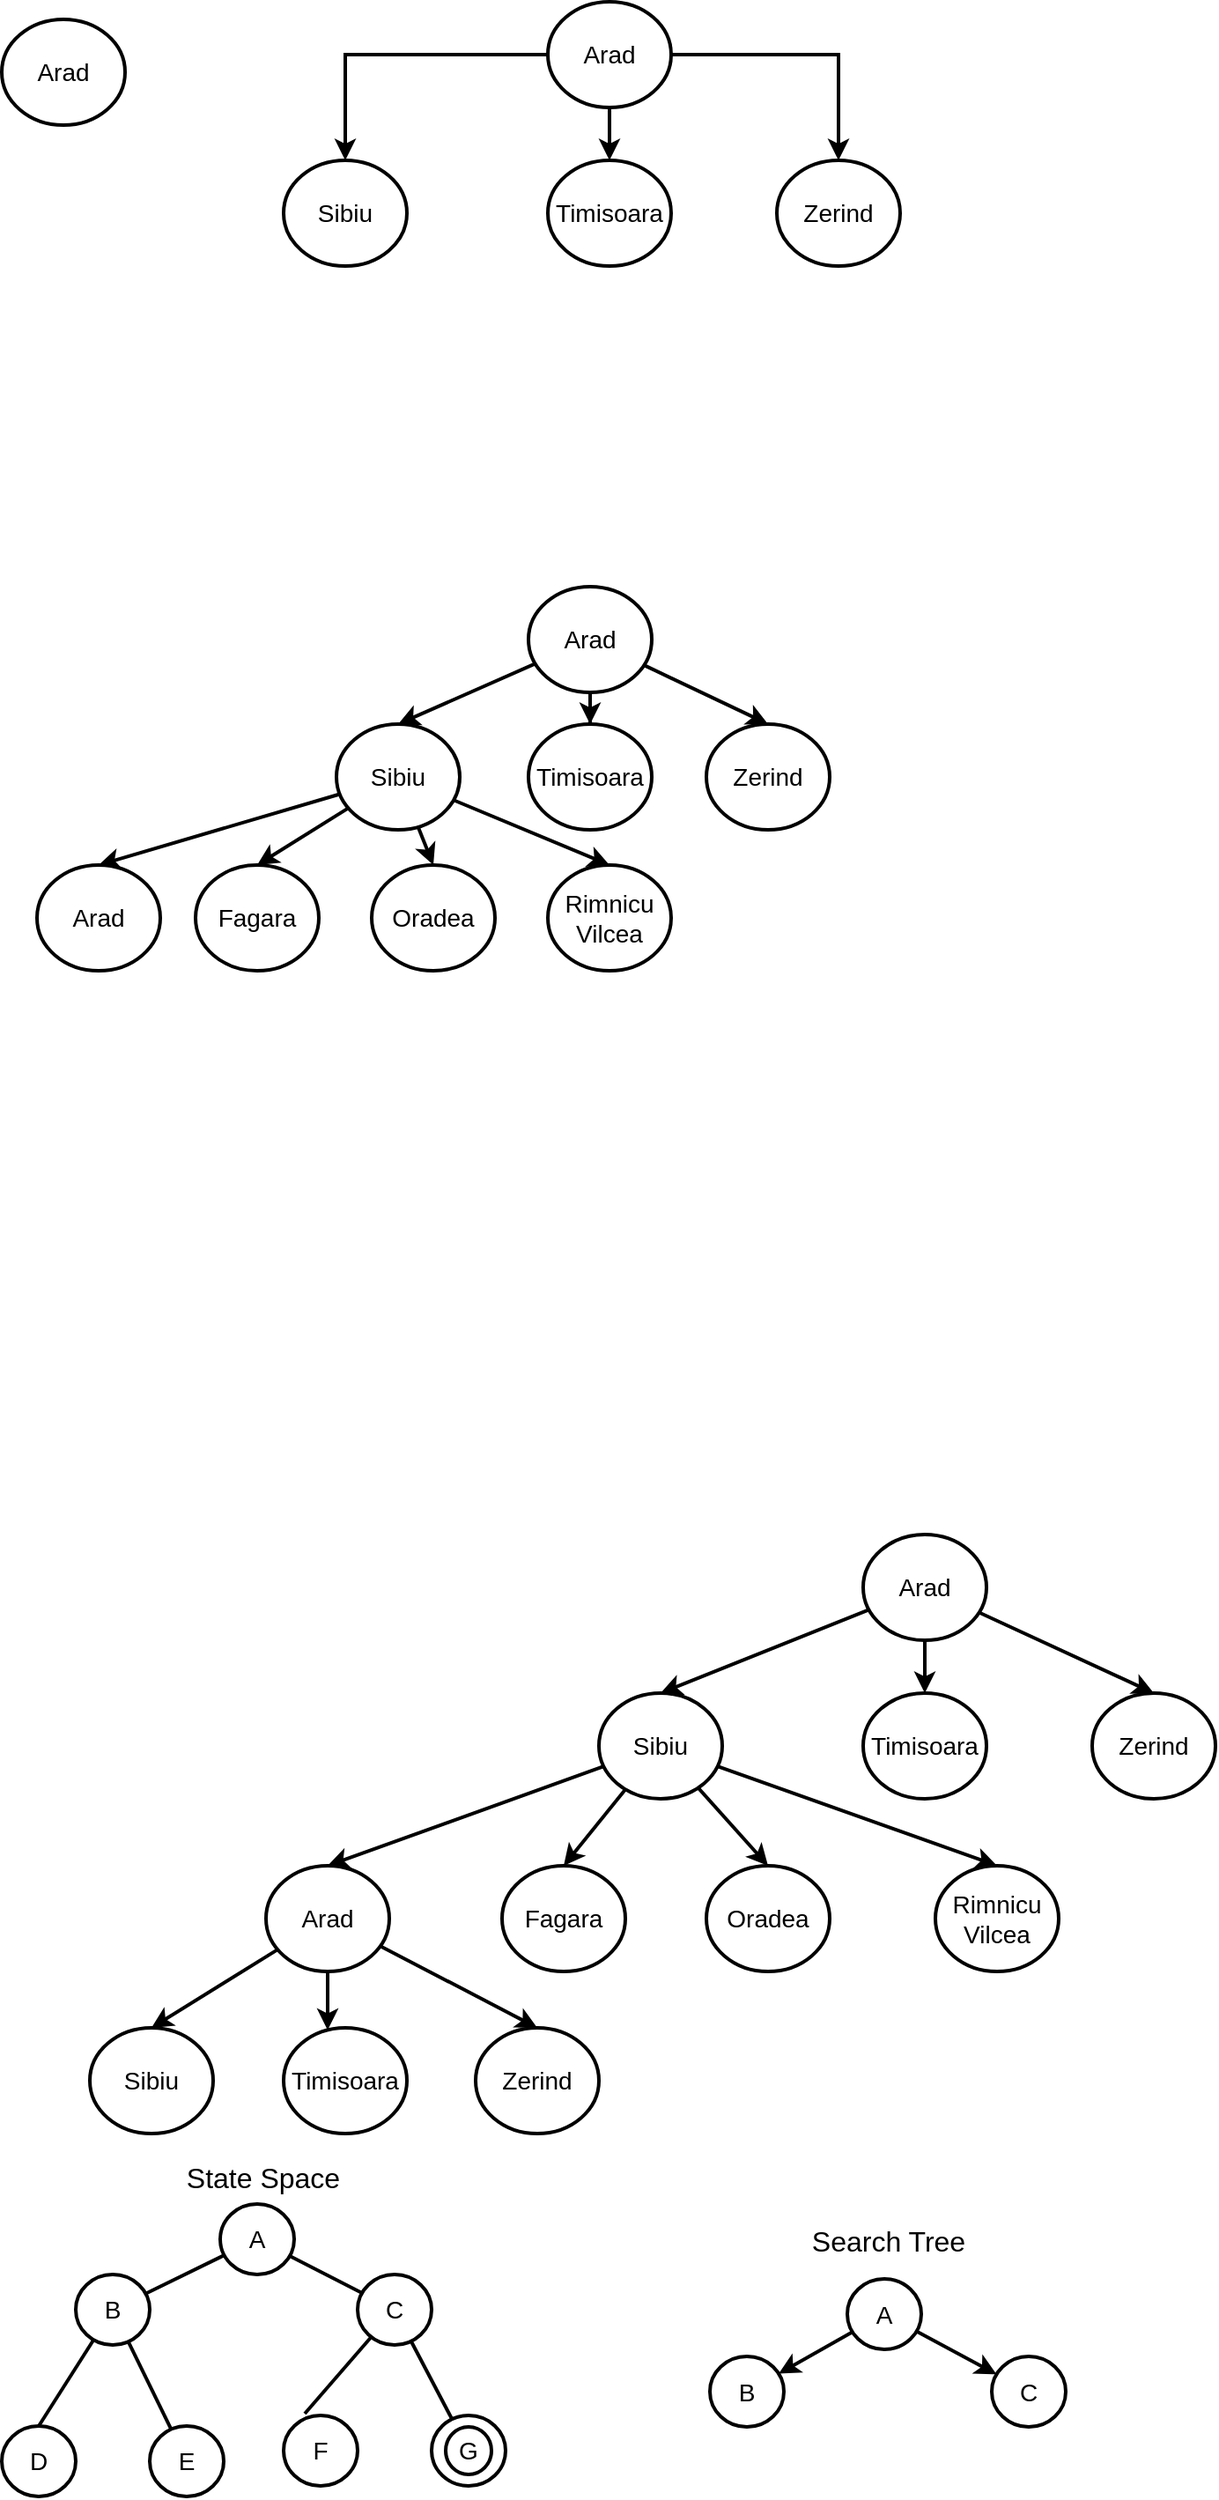
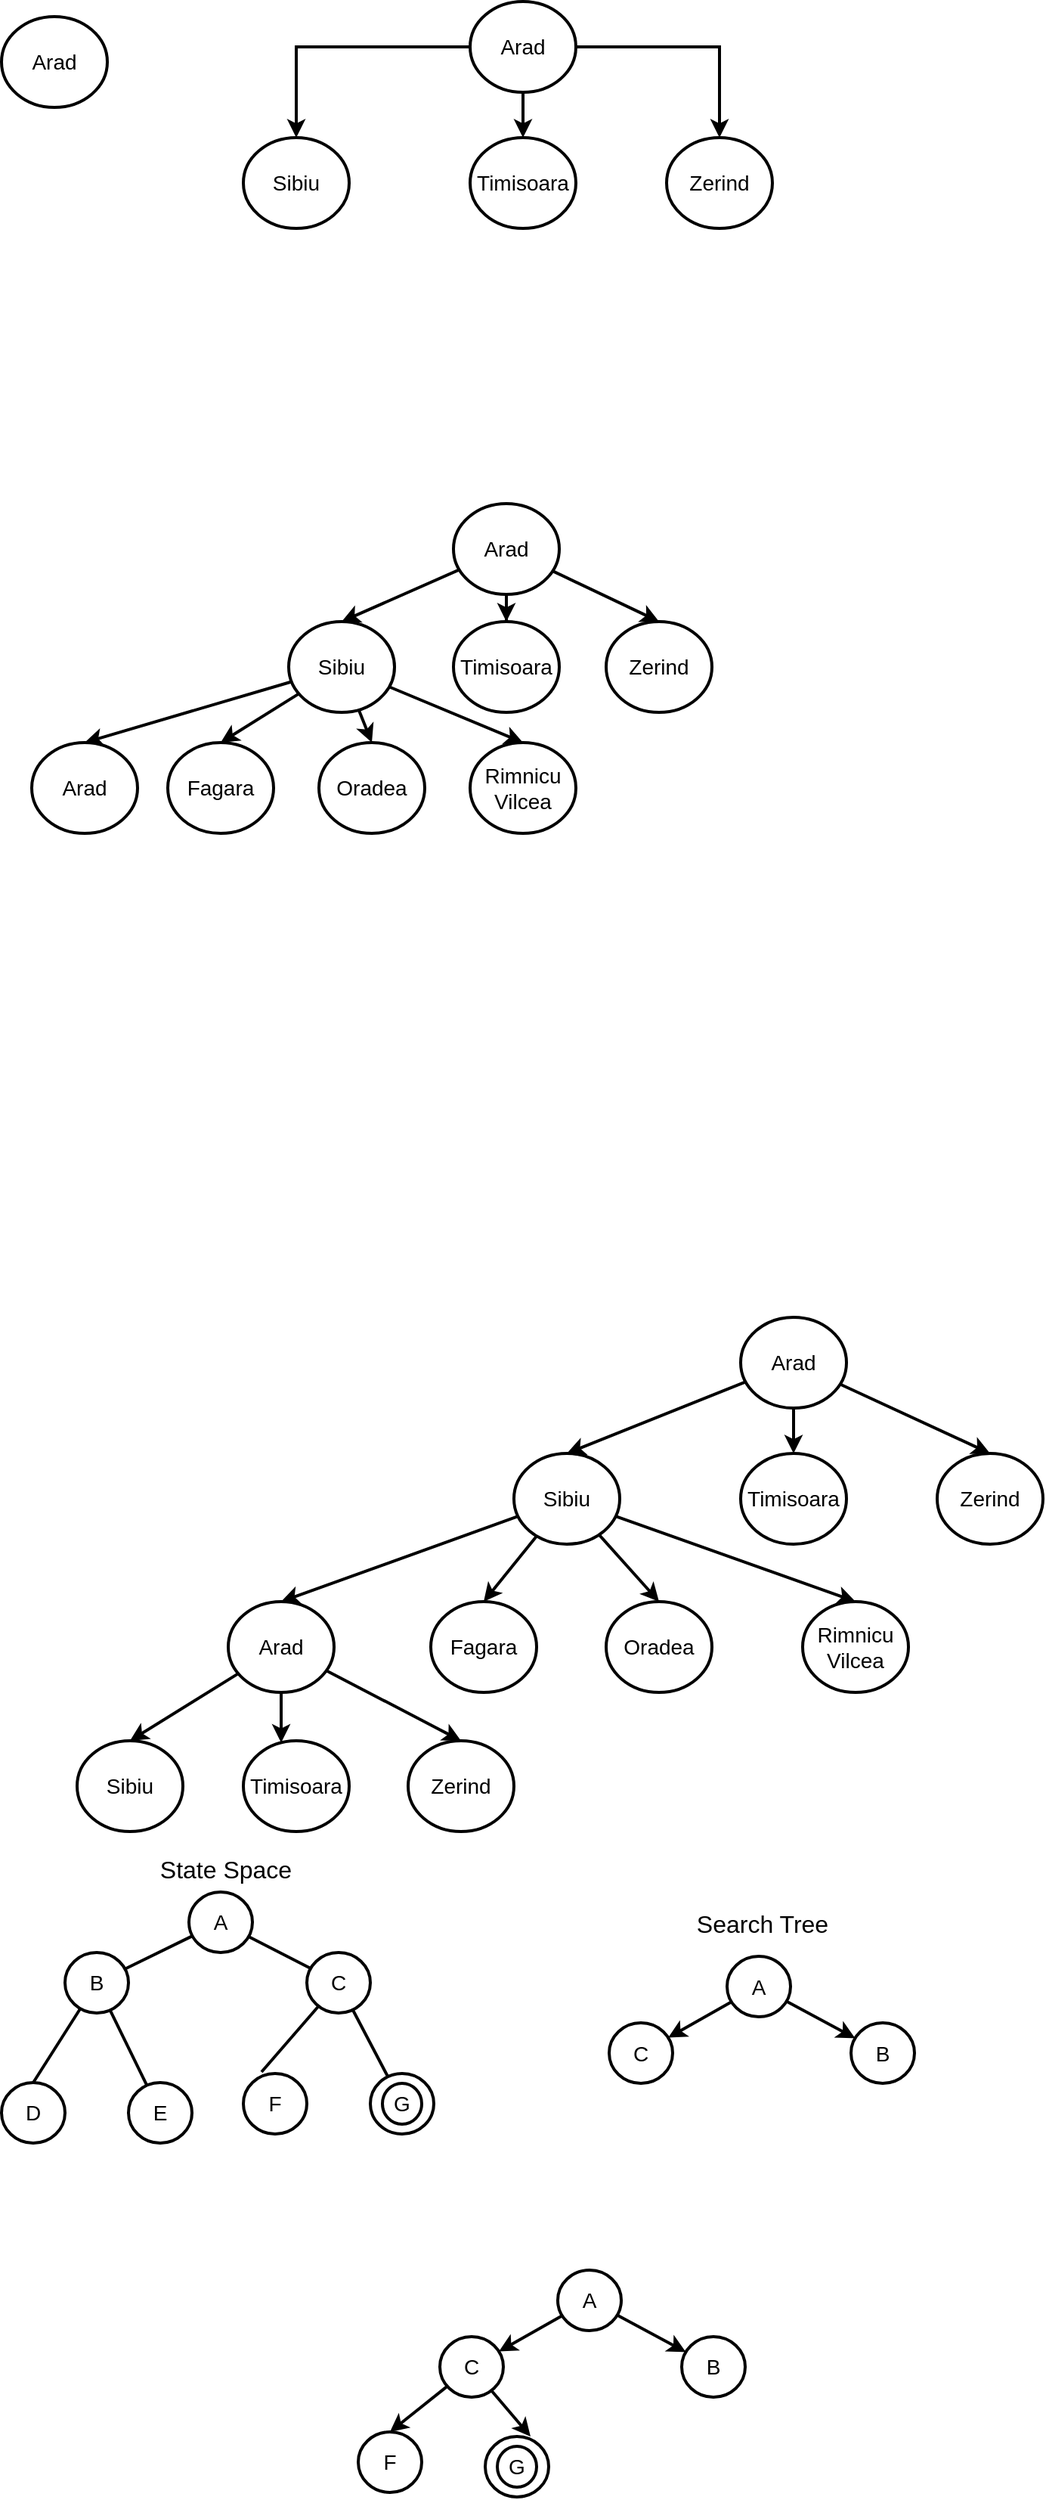
<mxfile host="app.diagrams.net">
  <diagram name="Page-1" id="BSzVWueWxRZ0f2yqvMc-">
-     <mxGraphModel dx="656" dy="351" grid="1" gridSize="10" guides="0" tooltips="1" connect="1" arrows="1" fold="1" page="1" pageScale="1" pageWidth="850" pageHeight="1100" math="0" shadow="0">
+     <mxGraphModel dx="525" dy="281" grid="1" gridSize="10" guides="0" tooltips="1" connect="1" arrows="1" fold="1" page="1" pageScale="1" pageWidth="850" pageHeight="1100" math="0" shadow="0">
      <root>
        <mxCell id="0" />
        <mxCell id="1" parent="0" />
        <mxCell id="DJkdPokyCSNuBn839fvl-1" parent="1" style="ellipse;whiteSpace=wrap;html=1;strokeWidth=2;fontSize=14;" value="Arad" vertex="1">
          <mxGeometry height="60" width="70" x="80" y="40" as="geometry" />
        </mxCell>
        <mxCell id="DJkdPokyCSNuBn839fvl-6" edge="1" parent="1" source="DJkdPokyCSNuBn839fvl-2" style="edgeStyle=orthogonalEdgeStyle;rounded=0;orthogonalLoop=1;jettySize=auto;html=1;entryX=0.5;entryY=0;entryDx=0;entryDy=0;strokeWidth=2;" target="DJkdPokyCSNuBn839fvl-3">
          <mxGeometry relative="1" as="geometry" />
        </mxCell>
        <mxCell id="DJkdPokyCSNuBn839fvl-7" edge="1" parent="1" source="DJkdPokyCSNuBn839fvl-2" style="edgeStyle=orthogonalEdgeStyle;rounded=0;orthogonalLoop=1;jettySize=auto;html=1;strokeWidth=2;" target="DJkdPokyCSNuBn839fvl-4" value="">
          <mxGeometry relative="1" as="geometry" />
        </mxCell>
        <mxCell id="DJkdPokyCSNuBn839fvl-8" edge="1" parent="1" source="DJkdPokyCSNuBn839fvl-2" style="edgeStyle=orthogonalEdgeStyle;rounded=0;orthogonalLoop=1;jettySize=auto;html=1;entryX=0.5;entryY=0;entryDx=0;entryDy=0;strokeWidth=2;" target="DJkdPokyCSNuBn839fvl-5">
          <mxGeometry relative="1" as="geometry" />
        </mxCell>
        <mxCell id="DJkdPokyCSNuBn839fvl-2" parent="1" style="ellipse;whiteSpace=wrap;html=1;strokeWidth=2;fontSize=14;" value="Arad" vertex="1">
          <mxGeometry height="60" width="70" x="390" y="30" as="geometry" />
        </mxCell>
        <mxCell id="DJkdPokyCSNuBn839fvl-3" parent="1" style="ellipse;whiteSpace=wrap;html=1;strokeWidth=2;fontSize=14;" value="Sibiu" vertex="1">
          <mxGeometry height="60" width="70" x="240" y="120" as="geometry" />
        </mxCell>
        <mxCell id="DJkdPokyCSNuBn839fvl-4" parent="1" style="ellipse;whiteSpace=wrap;html=1;strokeWidth=2;fontSize=14;" value="Timisoara" vertex="1">
          <mxGeometry height="60" width="70" x="390" y="120" as="geometry" />
        </mxCell>
        <mxCell id="DJkdPokyCSNuBn839fvl-5" parent="1" style="ellipse;whiteSpace=wrap;html=1;strokeWidth=2;fontSize=14;" value="Zerind" vertex="1">
          <mxGeometry height="60" width="70" x="520" y="120" as="geometry" />
        </mxCell>
        <mxCell id="DJkdPokyCSNuBn839fvl-9" edge="1" parent="1" source="DJkdPokyCSNuBn839fvl-12" style="rounded=0;orthogonalLoop=1;jettySize=auto;html=1;entryX=0.5;entryY=0;entryDx=0;entryDy=0;strokeWidth=2;" target="DJkdPokyCSNuBn839fvl-13">
          <mxGeometry relative="1" as="geometry" />
        </mxCell>
        <mxCell id="DJkdPokyCSNuBn839fvl-10" edge="1" parent="1" source="DJkdPokyCSNuBn839fvl-12" style="edgeStyle=orthogonalEdgeStyle;rounded=0;orthogonalLoop=1;jettySize=auto;html=1;strokeWidth=2;" target="DJkdPokyCSNuBn839fvl-14" value="">
          <mxGeometry relative="1" as="geometry" />
        </mxCell>
        <mxCell id="DJkdPokyCSNuBn839fvl-11" edge="1" parent="1" source="DJkdPokyCSNuBn839fvl-12" style="rounded=0;orthogonalLoop=1;jettySize=auto;html=1;entryX=0.5;entryY=0;entryDx=0;entryDy=0;strokeWidth=2;" target="DJkdPokyCSNuBn839fvl-15">
          <mxGeometry relative="1" as="geometry" />
        </mxCell>
        <mxCell id="DJkdPokyCSNuBn839fvl-12" parent="1" style="ellipse;whiteSpace=wrap;html=1;strokeWidth=2;fontSize=14;" value="Arad" vertex="1">
          <mxGeometry height="60" width="70" x="379" y="362" as="geometry" />
        </mxCell>
        <mxCell id="DJkdPokyCSNuBn839fvl-20" edge="1" parent="1" source="DJkdPokyCSNuBn839fvl-13" style="rounded=0;orthogonalLoop=1;jettySize=auto;html=1;entryX=0.5;entryY=0;entryDx=0;entryDy=0;strokeWidth=2;" target="DJkdPokyCSNuBn839fvl-16">
          <mxGeometry relative="1" as="geometry" />
        </mxCell>
        <mxCell id="DJkdPokyCSNuBn839fvl-22" edge="1" parent="1" source="DJkdPokyCSNuBn839fvl-13" style="rounded=0;orthogonalLoop=1;jettySize=auto;html=1;entryX=0.5;entryY=0;entryDx=0;entryDy=0;strokeWidth=2;" target="DJkdPokyCSNuBn839fvl-17">
          <mxGeometry relative="1" as="geometry" />
        </mxCell>
        <mxCell id="DJkdPokyCSNuBn839fvl-25" edge="1" parent="1" source="DJkdPokyCSNuBn839fvl-13" style="rounded=0;orthogonalLoop=1;jettySize=auto;html=1;entryX=0.5;entryY=0;entryDx=0;entryDy=0;strokeWidth=2;" target="DJkdPokyCSNuBn839fvl-19">
          <mxGeometry relative="1" as="geometry" />
        </mxCell>
        <mxCell id="DJkdPokyCSNuBn839fvl-26" edge="1" parent="1" source="DJkdPokyCSNuBn839fvl-13" style="rounded=0;orthogonalLoop=1;jettySize=auto;html=1;entryX=0.5;entryY=0;entryDx=0;entryDy=0;strokeWidth=2;" target="DJkdPokyCSNuBn839fvl-18">
          <mxGeometry relative="1" as="geometry" />
        </mxCell>
        <mxCell id="DJkdPokyCSNuBn839fvl-13" parent="1" style="ellipse;whiteSpace=wrap;html=1;strokeWidth=2;fontSize=14;" value="Sibiu" vertex="1">
          <mxGeometry height="60" width="70" x="270" y="440" as="geometry" />
        </mxCell>
        <mxCell id="DJkdPokyCSNuBn839fvl-14" parent="1" style="ellipse;whiteSpace=wrap;html=1;strokeWidth=2;fontSize=14;" value="Timisoara" vertex="1">
          <mxGeometry height="60" width="70" x="379" y="440" as="geometry" />
        </mxCell>
        <mxCell id="DJkdPokyCSNuBn839fvl-15" parent="1" style="ellipse;whiteSpace=wrap;html=1;strokeWidth=2;fontSize=14;" value="Zerind" vertex="1">
          <mxGeometry height="60" width="70" x="480" y="440" as="geometry" />
        </mxCell>
        <mxCell id="DJkdPokyCSNuBn839fvl-16" parent="1" style="ellipse;whiteSpace=wrap;html=1;strokeWidth=2;fontSize=14;" value="Arad" vertex="1">
          <mxGeometry height="60" width="70" x="100" y="520" as="geometry" />
        </mxCell>
        <mxCell id="DJkdPokyCSNuBn839fvl-17" parent="1" style="ellipse;whiteSpace=wrap;html=1;strokeWidth=2;fontSize=14;" value="Fagara" vertex="1">
          <mxGeometry height="60" width="70" x="190" y="520" as="geometry" />
        </mxCell>
        <mxCell id="DJkdPokyCSNuBn839fvl-18" parent="1" style="ellipse;whiteSpace=wrap;html=1;strokeWidth=2;fontSize=14;" value="Oradea" vertex="1">
          <mxGeometry height="60" width="70" x="290" y="520" as="geometry" />
        </mxCell>
        <mxCell id="DJkdPokyCSNuBn839fvl-19" parent="1" style="ellipse;whiteSpace=wrap;html=1;strokeWidth=2;fontSize=14;" value="Rimnicu Vilcea" vertex="1">
          <mxGeometry height="60" width="70" x="390" y="520" as="geometry" />
        </mxCell>
        <mxCell id="DJkdPokyCSNuBn839fvl-27" edge="1" parent="1" source="DJkdPokyCSNuBn839fvl-30" style="rounded=0;orthogonalLoop=1;jettySize=auto;html=1;entryX=0.5;entryY=0;entryDx=0;entryDy=0;strokeWidth=2;" target="DJkdPokyCSNuBn839fvl-35">
          <mxGeometry relative="1" as="geometry" />
        </mxCell>
        <mxCell id="DJkdPokyCSNuBn839fvl-28" edge="1" parent="1" source="DJkdPokyCSNuBn839fvl-30" style="edgeStyle=orthogonalEdgeStyle;rounded=0;orthogonalLoop=1;jettySize=auto;html=1;strokeWidth=2;" target="DJkdPokyCSNuBn839fvl-36" value="">
          <mxGeometry relative="1" as="geometry" />
        </mxCell>
        <mxCell id="DJkdPokyCSNuBn839fvl-29" edge="1" parent="1" source="DJkdPokyCSNuBn839fvl-30" style="rounded=0;orthogonalLoop=1;jettySize=auto;html=1;entryX=0.5;entryY=0;entryDx=0;entryDy=0;strokeWidth=2;" target="DJkdPokyCSNuBn839fvl-37">
          <mxGeometry relative="1" as="geometry" />
        </mxCell>
        <mxCell id="DJkdPokyCSNuBn839fvl-30" parent="1" style="ellipse;whiteSpace=wrap;html=1;strokeWidth=2;fontSize=14;" value="Arad" vertex="1">
          <mxGeometry height="60" width="70" x="569" y="900" as="geometry" />
        </mxCell>
        <mxCell id="DJkdPokyCSNuBn839fvl-31" edge="1" parent="1" source="DJkdPokyCSNuBn839fvl-35" style="rounded=0;orthogonalLoop=1;jettySize=auto;html=1;entryX=0.5;entryY=0;entryDx=0;entryDy=0;strokeWidth=2;" target="DJkdPokyCSNuBn839fvl-38">
          <mxGeometry relative="1" as="geometry" />
        </mxCell>
        <mxCell id="DJkdPokyCSNuBn839fvl-32" edge="1" parent="1" source="DJkdPokyCSNuBn839fvl-35" style="rounded=0;orthogonalLoop=1;jettySize=auto;html=1;entryX=0.5;entryY=0;entryDx=0;entryDy=0;strokeWidth=2;" target="DJkdPokyCSNuBn839fvl-39">
          <mxGeometry relative="1" as="geometry" />
        </mxCell>
        <mxCell id="DJkdPokyCSNuBn839fvl-33" edge="1" parent="1" source="DJkdPokyCSNuBn839fvl-35" style="rounded=0;orthogonalLoop=1;jettySize=auto;html=1;entryX=0.5;entryY=0;entryDx=0;entryDy=0;strokeWidth=2;" target="DJkdPokyCSNuBn839fvl-41">
          <mxGeometry relative="1" as="geometry" />
        </mxCell>
        <mxCell id="DJkdPokyCSNuBn839fvl-34" edge="1" parent="1" source="DJkdPokyCSNuBn839fvl-35" style="rounded=0;orthogonalLoop=1;jettySize=auto;html=1;entryX=0.5;entryY=0;entryDx=0;entryDy=0;strokeWidth=2;" target="DJkdPokyCSNuBn839fvl-40">
          <mxGeometry relative="1" as="geometry" />
        </mxCell>
        <mxCell id="DJkdPokyCSNuBn839fvl-35" parent="1" style="ellipse;whiteSpace=wrap;html=1;strokeWidth=2;fontSize=14;" value="Sibiu" vertex="1">
          <mxGeometry height="60" width="70" x="419" y="990" as="geometry" />
        </mxCell>
        <mxCell id="DJkdPokyCSNuBn839fvl-36" parent="1" style="ellipse;whiteSpace=wrap;html=1;strokeWidth=2;fontSize=14;" value="Timisoara" vertex="1">
          <mxGeometry height="60" width="70" x="569" y="990" as="geometry" />
        </mxCell>
        <mxCell id="DJkdPokyCSNuBn839fvl-37" parent="1" style="ellipse;whiteSpace=wrap;html=1;strokeWidth=2;fontSize=14;" value="Zerind" vertex="1">
          <mxGeometry height="60" width="70" x="699" y="990" as="geometry" />
        </mxCell>
        <mxCell id="DJkdPokyCSNuBn839fvl-45" edge="1" parent="1" source="DJkdPokyCSNuBn839fvl-38" style="rounded=0;orthogonalLoop=1;jettySize=auto;html=1;entryX=0.5;entryY=0;entryDx=0;entryDy=0;strokeWidth=2;" target="DJkdPokyCSNuBn839fvl-42">
          <mxGeometry relative="1" as="geometry" />
        </mxCell>
        <mxCell id="DJkdPokyCSNuBn839fvl-46" edge="1" parent="1" source="DJkdPokyCSNuBn839fvl-38" style="edgeStyle=orthogonalEdgeStyle;rounded=0;orthogonalLoop=1;jettySize=auto;html=1;strokeWidth=2;" target="DJkdPokyCSNuBn839fvl-43" value="">
          <mxGeometry relative="1" as="geometry">
            <Array as="points">
              <mxPoint x="265" y="1190" />
              <mxPoint x="265" y="1190" />
            </Array>
          </mxGeometry>
        </mxCell>
        <mxCell id="DJkdPokyCSNuBn839fvl-47" edge="1" parent="1" source="DJkdPokyCSNuBn839fvl-38" style="rounded=0;orthogonalLoop=1;jettySize=auto;html=1;entryX=0.5;entryY=0;entryDx=0;entryDy=0;strokeWidth=2;" target="DJkdPokyCSNuBn839fvl-44">
          <mxGeometry relative="1" as="geometry" />
        </mxCell>
        <mxCell id="DJkdPokyCSNuBn839fvl-38" parent="1" style="ellipse;whiteSpace=wrap;html=1;strokeWidth=2;fontSize=14;" value="Arad" vertex="1">
          <mxGeometry height="60" width="70" x="230" y="1088" as="geometry" />
        </mxCell>
        <mxCell id="DJkdPokyCSNuBn839fvl-39" parent="1" style="ellipse;whiteSpace=wrap;html=1;strokeWidth=2;fontSize=14;" value="Fagara" vertex="1">
          <mxGeometry height="60" width="70" x="364" y="1088" as="geometry" />
        </mxCell>
        <mxCell id="DJkdPokyCSNuBn839fvl-40" parent="1" style="ellipse;whiteSpace=wrap;html=1;strokeWidth=2;fontSize=14;" value="Oradea" vertex="1">
          <mxGeometry height="60" width="70" x="480" y="1088" as="geometry" />
        </mxCell>
        <mxCell id="DJkdPokyCSNuBn839fvl-41" parent="1" style="ellipse;whiteSpace=wrap;html=1;strokeWidth=2;fontSize=14;" value="Rimnicu Vilcea" vertex="1">
          <mxGeometry height="60" width="70" x="610" y="1088" as="geometry" />
        </mxCell>
        <mxCell id="DJkdPokyCSNuBn839fvl-42" parent="1" style="ellipse;whiteSpace=wrap;html=1;strokeWidth=2;fontSize=14;" value="Sibiu" vertex="1">
          <mxGeometry height="60" width="70" x="130" y="1180" as="geometry" />
        </mxCell>
        <mxCell id="DJkdPokyCSNuBn839fvl-43" parent="1" style="ellipse;whiteSpace=wrap;html=1;strokeWidth=2;fontSize=14;" value="Timisoara" vertex="1">
          <mxGeometry height="60" width="70" x="240" y="1180" as="geometry" />
        </mxCell>
        <mxCell id="DJkdPokyCSNuBn839fvl-44" parent="1" style="ellipse;whiteSpace=wrap;html=1;strokeWidth=2;fontSize=14;" value="Zerind" vertex="1">
          <mxGeometry height="60" width="70" x="349" y="1180" as="geometry" />
        </mxCell>
        <mxCell id="3aDSpglnKRdrbF7ndWlJ-9" edge="1" parent="1" source="3aDSpglnKRdrbF7ndWlJ-1" style="rounded=0;orthogonalLoop=1;jettySize=auto;html=1;strokeWidth=2;endArrow=none;endFill=0;" target="3aDSpglnKRdrbF7ndWlJ-2" value="">
          <mxGeometry relative="1" as="geometry" />
        </mxCell>
        <mxCell id="3aDSpglnKRdrbF7ndWlJ-10" edge="1" parent="1" source="3aDSpglnKRdrbF7ndWlJ-1" style="rounded=0;orthogonalLoop=1;jettySize=auto;html=1;strokeWidth=2;endArrow=none;endFill=0;" target="3aDSpglnKRdrbF7ndWlJ-3" value="">
          <mxGeometry relative="1" as="geometry" />
        </mxCell>
        <mxCell id="3aDSpglnKRdrbF7ndWlJ-1" parent="1" style="ellipse;whiteSpace=wrap;html=1;strokeWidth=2;fontSize=14;" value="A" vertex="1">
          <mxGeometry height="40" width="42" x="204" y="1280" as="geometry" />
        </mxCell>
        <mxCell id="3aDSpglnKRdrbF7ndWlJ-11" edge="1" parent="1" source="3aDSpglnKRdrbF7ndWlJ-2" style="rounded=0;orthogonalLoop=1;jettySize=auto;html=1;strokeWidth=2;endArrow=none;endFill=0;" target="3aDSpglnKRdrbF7ndWlJ-6" value="">
          <mxGeometry relative="1" as="geometry" />
        </mxCell>
        <mxCell id="3aDSpglnKRdrbF7ndWlJ-13" edge="1" parent="1" source="3aDSpglnKRdrbF7ndWlJ-2" style="rounded=0;orthogonalLoop=1;jettySize=auto;html=1;entryX=0.5;entryY=0;entryDx=0;entryDy=0;strokeWidth=2;endArrow=none;endFill=0;" target="3aDSpglnKRdrbF7ndWlJ-5">
          <mxGeometry relative="1" as="geometry" />
        </mxCell>
        <mxCell id="3aDSpglnKRdrbF7ndWlJ-2" parent="1" style="ellipse;whiteSpace=wrap;html=1;strokeWidth=2;fontSize=14;" value="B" vertex="1">
          <mxGeometry height="40" width="42" x="122" y="1320" as="geometry" />
        </mxCell>
        <mxCell id="3aDSpglnKRdrbF7ndWlJ-14" edge="1" parent="1" source="3aDSpglnKRdrbF7ndWlJ-3" style="rounded=0;orthogonalLoop=1;jettySize=auto;html=1;strokeWidth=2;endArrow=none;endFill=0;" target="3aDSpglnKRdrbF7ndWlJ-7" value="">
          <mxGeometry relative="1" as="geometry" />
        </mxCell>
        <mxCell id="3aDSpglnKRdrbF7ndWlJ-3" parent="1" style="ellipse;whiteSpace=wrap;html=1;strokeWidth=2;fontSize=14;" value="C" vertex="1">
          <mxGeometry height="40" width="42" x="282" y="1320" as="geometry" />
        </mxCell>
        <mxCell id="3aDSpglnKRdrbF7ndWlJ-4" parent="1" style="ellipse;whiteSpace=wrap;html=1;strokeWidth=2;fontSize=14;" value="F" vertex="1">
          <mxGeometry height="40" width="42" x="240" y="1400" as="geometry" />
        </mxCell>
        <mxCell id="3aDSpglnKRdrbF7ndWlJ-5" parent="1" style="ellipse;whiteSpace=wrap;html=1;strokeWidth=2;fontSize=14;" value="D" vertex="1">
          <mxGeometry height="40" width="42" x="80" y="1406" as="geometry" />
        </mxCell>
        <mxCell id="3aDSpglnKRdrbF7ndWlJ-6" parent="1" style="ellipse;whiteSpace=wrap;html=1;strokeWidth=2;fontSize=14;" value="E" vertex="1">
          <mxGeometry height="40" width="42" x="164" y="1406" as="geometry" />
        </mxCell>
        <mxCell id="3aDSpglnKRdrbF7ndWlJ-7" parent="1" style="ellipse;whiteSpace=wrap;html=1;strokeWidth=2;fontSize=14;" value="" vertex="1">
          <mxGeometry height="40" width="42" x="324" y="1400" as="geometry" />
        </mxCell>
        <mxCell id="3aDSpglnKRdrbF7ndWlJ-15" edge="1" parent="1" source="3aDSpglnKRdrbF7ndWlJ-3" style="rounded=0;orthogonalLoop=1;jettySize=auto;html=1;entryX=0.286;entryY=-0.025;entryDx=0;entryDy=0;entryPerimeter=0;strokeWidth=2;endArrow=none;endFill=0;" target="3aDSpglnKRdrbF7ndWlJ-4">
          <mxGeometry relative="1" as="geometry" />
        </mxCell>
        <mxCell id="3aDSpglnKRdrbF7ndWlJ-16" parent="1" style="text;html=1;whiteSpace=wrap;strokeColor=none;fillColor=none;align=center;verticalAlign=middle;rounded=0;fontSize=16;" value="State Space" vertex="1">
          <mxGeometry height="30" width="95" x="181" y="1250" as="geometry" />
        </mxCell>
        <mxCell id="3aDSpglnKRdrbF7ndWlJ-17" parent="1" style="ellipse;whiteSpace=wrap;html=1;strokeWidth=2;fontSize=14;" value="G" vertex="1">
          <mxGeometry height="27" width="26" x="332" y="1406.5" as="geometry" />
        </mxCell>
        <mxCell id="3aDSpglnKRdrbF7ndWlJ-22" edge="1" parent="1" source="3aDSpglnKRdrbF7ndWlJ-18" style="rounded=0;orthogonalLoop=1;jettySize=auto;html=1;strokeWidth=2;" target="3aDSpglnKRdrbF7ndWlJ-20" value="">
          <mxGeometry relative="1" as="geometry" />
        </mxCell>
        <mxCell id="3aDSpglnKRdrbF7ndWlJ-23" edge="1" parent="1" source="3aDSpglnKRdrbF7ndWlJ-18" style="rounded=0;orthogonalLoop=1;jettySize=auto;html=1;strokeWidth=2;" target="3aDSpglnKRdrbF7ndWlJ-21" value="">
          <mxGeometry relative="1" as="geometry" />
        </mxCell>
        <mxCell id="3aDSpglnKRdrbF7ndWlJ-18" parent="1" style="ellipse;whiteSpace=wrap;html=1;strokeWidth=2;fontSize=14;" value="A" vertex="1">
          <mxGeometry height="40" width="42" x="560" y="1322.5" as="geometry" />
        </mxCell>
        <mxCell id="3aDSpglnKRdrbF7ndWlJ-19" parent="1" style="text;html=1;whiteSpace=wrap;strokeColor=none;fillColor=none;align=center;verticalAlign=middle;rounded=0;fontSize=16;" value="Search Tree" vertex="1">
          <mxGeometry height="30" width="95" x="535.5" y="1285.5" as="geometry" />
        </mxCell>
-         <mxCell id="3aDSpglnKRdrbF7ndWlJ-20" parent="1" style="ellipse;whiteSpace=wrap;html=1;strokeWidth=2;fontSize=14;" value="B" vertex="1">
+         <mxCell id="3aDSpglnKRdrbF7ndWlJ-20" parent="1" style="ellipse;whiteSpace=wrap;html=1;strokeWidth=2;fontSize=14;" value="C" vertex="1">
          <mxGeometry height="40" width="42" x="482" y="1366.5" as="geometry" />
        </mxCell>
-         <mxCell id="3aDSpglnKRdrbF7ndWlJ-21" parent="1" style="ellipse;whiteSpace=wrap;html=1;strokeWidth=2;fontSize=14;" value="C" vertex="1">
+         <mxCell id="3aDSpglnKRdrbF7ndWlJ-21" parent="1" style="ellipse;whiteSpace=wrap;html=1;strokeWidth=2;fontSize=14;" value="B" vertex="1">
          <mxGeometry height="40" width="42" x="642" y="1366.5" as="geometry" />
+         </mxCell>
+         <mxCell id="leJ_CQFsEEDb8NTlPus--1" edge="1" parent="1" source="leJ_CQFsEEDb8NTlPus--3" style="rounded=0;orthogonalLoop=1;jettySize=auto;html=1;strokeWidth=2;" target="leJ_CQFsEEDb8NTlPus--4" value="">
+           <mxGeometry relative="1" as="geometry" />
+         </mxCell>
+         <mxCell id="leJ_CQFsEEDb8NTlPus--2" edge="1" parent="1" source="leJ_CQFsEEDb8NTlPus--3" style="rounded=0;orthogonalLoop=1;jettySize=auto;html=1;strokeWidth=2;" target="leJ_CQFsEEDb8NTlPus--5" value="">
+           <mxGeometry relative="1" as="geometry" />
+         </mxCell>
+         <mxCell id="leJ_CQFsEEDb8NTlPus--3" parent="1" style="ellipse;whiteSpace=wrap;html=1;strokeWidth=2;fontSize=14;" value="A" vertex="1">
+           <mxGeometry height="40" width="42" x="448" y="1530" as="geometry" />
+         </mxCell>
+         <mxCell id="leJ_CQFsEEDb8NTlPus--9" edge="1" parent="1" source="leJ_CQFsEEDb8NTlPus--4" style="rounded=0;orthogonalLoop=1;jettySize=auto;html=1;entryX=0.5;entryY=0;entryDx=0;entryDy=0;strokeWidth=2;" target="leJ_CQFsEEDb8NTlPus--6">
+           <mxGeometry relative="1" as="geometry" />
+         </mxCell>
+         <mxCell id="leJ_CQFsEEDb8NTlPus--4" parent="1" style="ellipse;whiteSpace=wrap;html=1;strokeWidth=2;fontSize=14;" value="C" vertex="1">
+           <mxGeometry height="40" width="42" x="370" y="1574" as="geometry" />
+         </mxCell>
+         <mxCell id="leJ_CQFsEEDb8NTlPus--5" parent="1" style="ellipse;whiteSpace=wrap;html=1;strokeWidth=2;fontSize=14;" value="B" vertex="1">
+           <mxGeometry height="40" width="42" x="530" y="1574" as="geometry" />
+         </mxCell>
+         <mxCell id="leJ_CQFsEEDb8NTlPus--6" parent="1" style="ellipse;whiteSpace=wrap;html=1;strokeWidth=2;fontSize=14;" value="F" vertex="1">
+           <mxGeometry height="40" width="42" x="316" y="1637" as="geometry" />
+         </mxCell>
+         <mxCell id="leJ_CQFsEEDb8NTlPus--8" parent="1" style="ellipse;whiteSpace=wrap;html=1;strokeWidth=2;fontSize=14;" value="" vertex="1">
+           <mxGeometry height="40" width="42" x="400" y="1640" as="geometry" />
+         </mxCell>
+         <mxCell id="leJ_CQFsEEDb8NTlPus--7" parent="1" style="ellipse;whiteSpace=wrap;html=1;strokeWidth=2;fontSize=14;" value="G" vertex="1">
+           <mxGeometry height="27" width="26" x="408" y="1646.5" as="geometry" />
+         </mxCell>
+         <mxCell id="leJ_CQFsEEDb8NTlPus--10" edge="1" parent="1" source="leJ_CQFsEEDb8NTlPus--4" style="rounded=0;orthogonalLoop=1;jettySize=auto;html=1;entryX=0.714;entryY=0;entryDx=0;entryDy=0;entryPerimeter=0;strokeWidth=2;" target="leJ_CQFsEEDb8NTlPus--8">
+           <mxGeometry relative="1" as="geometry" />
        </mxCell>
      </root>
    </mxGraphModel>
  </diagram>
</mxfile>
